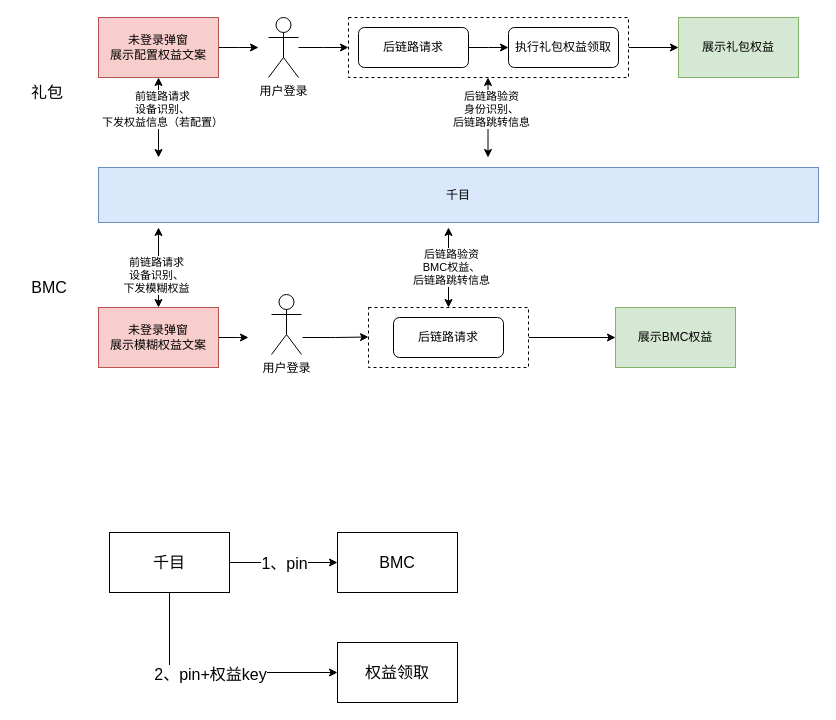
Above: 诺曼底接入BMC权益.drawio in BlankKelly/diagrams (draw.io), before the change. Source tidied: cells renumbered, new cells numbered last; positions are measured from the earlier drawing's top-left corner, leaving out a move shared by most shapes. Both pictures are drawn from the tidied source at 100%, with x=0, y=0 at pixel (17, 17).
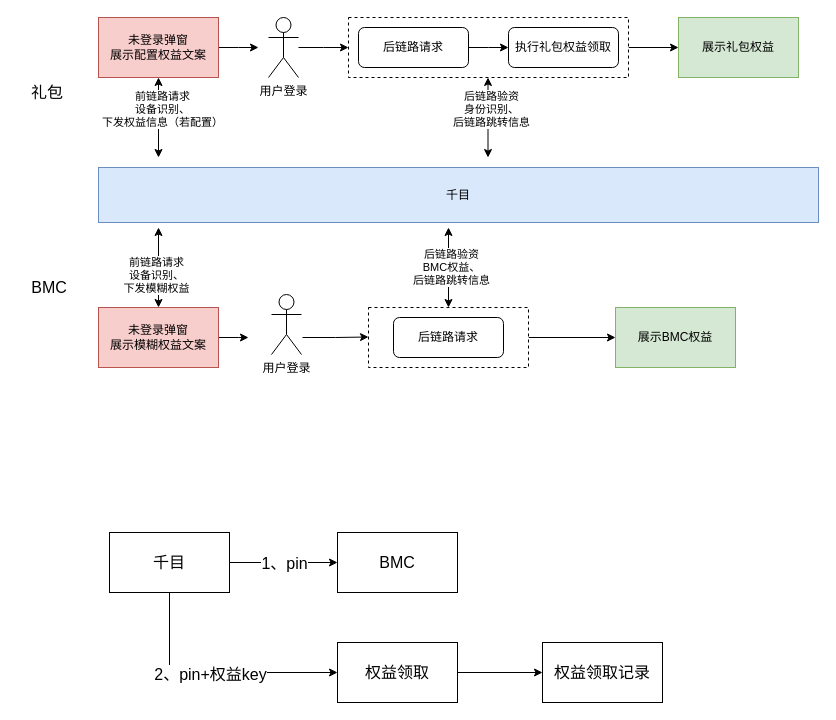
After the change.

Commit message:
更新诺曼底接入BMC权益.drawio

Unchanged cells that the change refers to:
```xml
<mxCell id="37" value="权益领取" style="rounded=0;whiteSpace=wrap;html=1;fontSize=16;" parent="1" vertex="1">
  <mxGeometry x="320" y="625" width="120" height="60" as="geometry" />
</mxCell>
```

What changed in the source:
```diff
@@
+    <mxCell id="38" style="edgeStyle=orthogonalEdgeStyle;rounded=0;jettySize=auto;html=1;exitX=1;exitY=0.5;exitDx=0;exitDy=0;" parent="1" edge="1" source="37" target="39">
+      <mxGeometry relative="1" as="geometry" />
+    </mxCell>
@@
+    <mxCell id="39" value="权益领取记录" style="rounded=0;whiteSpace=wrap;html=1;fontSize=16;" parent="1" vertex="1">
+      <mxGeometry x="525" y="625" width="120" height="60" as="geometry" />
+    </mxCell>
```
